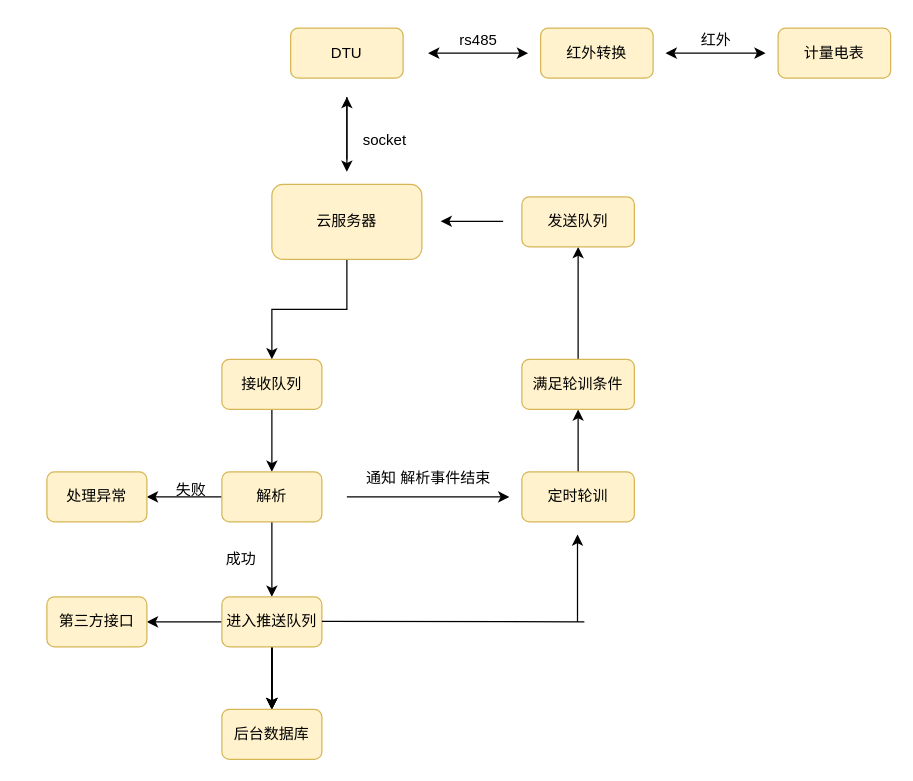
This is 未命名绘图.drawio from Neeeeeeeeeu/MyView, a draw.io file, before an edit. Source tidied: cells renumbered, new cells numbered last; positions are measured from the earlier drawing's top-left corner, leaving out a move shared by most shapes. Both pictures are drawn from the tidied source at 125%, with x=0, y=0 at pixel (46, 21).
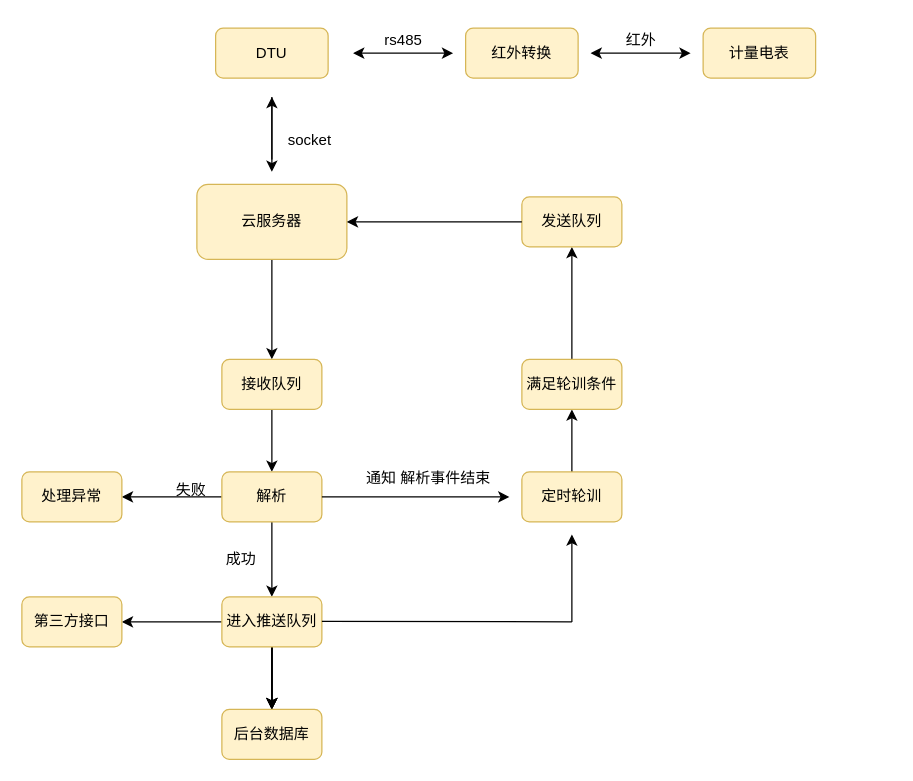
After the change.

Commit message (it also covers changes not shown here):
更新未命名绘图.drawio

Unchanged cells that the change refers to:
```xml
<mxCell id="18" value="解析" style="rounded=1;whiteSpace=wrap;html=1;fillColor=#fff2cc;strokeColor=#d6b656;" parent="1" vertex="1">
  <mxGeometry x="140" y="360" width="80" height="40" as="geometry" />
</mxCell>
```

Change to the diagram source:
```diff
@@
     <mxCell id="2" value="DTU" style="rounded=1;whiteSpace=wrap;html=1;fillColor=#fff2cc;strokeColor=#d6b656;" parent="1" vertex="1">
-      <mxGeometry x="195" y="5" width="90" height="40" as="geometry" />
+      <mxGeometry x="135" y="5" width="90" height="40" as="geometry" />
     </mxCell>
     <mxCell id="3" value="计量电表" style="rounded=1;whiteSpace=wrap;html=1;fillColor=#fff2cc;strokeColor=#d6b656;" parent="1" vertex="1">
-      <mxGeometry x="585" y="5" width="90" height="40" as="geometry" />
+      <mxGeometry x="525" y="5" width="90" height="40" as="geometry" />
     </mxCell>
     <mxCell id="4" value="红外转换" style="rounded=1;whiteSpace=wrap;html=1;fillColor=#fff2cc;strokeColor=#d6b656;" parent="1" vertex="1">
-      <mxGeometry x="395" y="5" width="90" height="40" as="geometry" />
+      <mxGeometry x="335" y="5" width="90" height="40" as="geometry" />
     </mxCell>
     <mxCell id="5" style="endArrow=classic;startArrow=classic;html=1;rounded=0;" parent="1" edge="1">
       <mxGeometry relative="1" as="geometry">
-        <mxPoint x="305" y="25" as="sourcePoint" />
-        <mxPoint x="385" y="25" as="targetPoint" />
+        <mxPoint x="245" y="25" as="sourcePoint" />
+        <mxPoint x="325" y="25" as="targetPoint" />
       </mxGeometry>
     </mxCell>
     <mxCell id="6" value="rs485" style="text;html=1;align=center;verticalAlign=middle;strokeColor=none;fillColor=none;" parent="1" vertex="1">
-      <mxGeometry x="315" width="60" height="30" as="geometry" />
+      <mxGeometry x="255" width="60" height="30" as="geometry" />
     </mxCell>
     <mxCell id="7" style="endArrow=classic;startArrow=classic;html=1;rounded=0;" parent="1" edge="1">
       <mxGeometry relative="1" as="geometry">
-        <mxPoint x="495" y="25" as="sourcePoint" />
-        <mxPoint x="575" y="25" as="targetPoint" />
+        <mxPoint x="435" y="25" as="sourcePoint" />
+        <mxPoint x="515" y="25" as="targetPoint" />
       </mxGeometry>
     </mxCell>
     <mxCell id="8" value="红外" style="text;html=1;align=center;verticalAlign=middle;strokeColor=none;fillColor=none;" parent="1" vertex="1">
-      <mxGeometry x="510" width="50" height="30" as="geometry" />
+      <mxGeometry x="450" width="50" height="30" as="geometry" />
     </mxCell>
@@
     <mxCell id="10" value="云服务器" style="rounded=1;whiteSpace=wrap;html=1;fillColor=#fff2cc;strokeColor=#d6b656;" parent="1" vertex="1">
-      <mxGeometry x="180" y="130" width="120" height="60" as="geometry" />
+      <mxGeometry x="120" y="130" width="120" height="60" as="geometry" />
     </mxCell>
     <mxCell id="11" style="endArrow=classic;html=1;rounded=0;" parent="1" edge="1">
       <mxGeometry relative="1" as="geometry">
-        <mxPoint x="240" y="60" as="sourcePoint" />
-        <mxPoint x="240" y="120" as="targetPoint" />
+        <mxPoint x="180" y="60" as="sourcePoint" />
+        <mxPoint x="180" y="120" as="targetPoint" />
       </mxGeometry>
     </mxCell>
@@
     <mxCell id="14" style="endArrow=classic;html=1;rounded=0;" parent="1" edge="1">
       <mxGeometry relative="1" as="geometry">
-        <mxPoint x="240" y="110" as="sourcePoint" />
-        <mxPoint x="240" y="60" as="targetPoint" />
+        <mxPoint x="180" y="110" as="sourcePoint" />
+        <mxPoint x="180" y="60" as="targetPoint" />
       </mxGeometry>
     </mxCell>
     <mxCell id="15" value="socket" style="text;html=1;align=center;verticalAlign=middle;strokeColor=none;fillColor=none;" parent="1" vertex="1">
-      <mxGeometry x="240" y="80" width="60" height="30" as="geometry" />
+      <mxGeometry x="180" y="80" width="60" height="30" as="geometry" />
     </mxCell>
@@
     <mxCell id="28" value="第三方接口" style="rounded=1;whiteSpace=wrap;html=1;fillColor=#fff2cc;strokeColor=#d6b656;" parent="1" vertex="1">
-      <mxGeometry y="460" width="80" height="40" as="geometry" />
+      <mxGeometry x="-20" y="460" width="80" height="40" as="geometry" />
     </mxCell>
     <mxCell id="29" style="edgeStyle=orthogonalEdgeStyle;rounded=0;jettySize=auto;html=1;" parent="1" edge="1" source="30" target="36">
-      <mxGeometry relative="1" as="geometry" />
+      <mxGeometry relative="1" as="geometry">
+        <Array as="points">
+          <mxPoint x="420" y="350" />
+          <mxPoint x="420" y="350" />
+        </Array>
+      </mxGeometry>
     </mxCell>
     <mxCell id="30" value="定时轮训" style="rounded=1;whiteSpace=wrap;html=1;fillColor=#fff2cc;strokeColor=#d6b656;" parent="1" vertex="1">
-      <mxGeometry x="380" y="360" width="90" height="40" as="geometry" />
+      <mxGeometry x="380" y="360" width="80" height="40" as="geometry" />
     </mxCell>
-    <mxCell id="31" style="endArrow=classic;html=1;rounded=0;" parent="1" edge="1">
+    <mxCell id="31" style="endArrow=classic;html=1;rounded=0;exitX=1;exitY=0.5;exitDx=0;exitDy=0;" parent="1" edge="1" source="18">
       <mxGeometry relative="1" as="geometry">
-        <mxPoint x="240" y="380" as="sourcePoint" />
         <mxPoint x="370" y="380" as="targetPoint" />
       </mxGeometry>
     </mxCell>
@@
     <mxCell id="33" style="endArrow=none;html=1;rounded=0;" parent="1" edge="1">
       <mxGeometry relative="1" as="geometry">
         <mxPoint x="220" y="479.5" as="sourcePoint" />
-        <mxPoint x="430" y="480" as="targetPoint" />
+        <mxPoint x="420" y="480" as="targetPoint" />
       </mxGeometry>
     </mxCell>
     <mxCell id="34" style="endArrow=classic;html=1;rounded=0;" parent="1" edge="1">
       <mxGeometry relative="1" as="geometry">
-        <mxPoint x="424.5" y="480" as="sourcePoint" />
-        <mxPoint x="424.5" y="410" as="targetPoint" />
+        <mxPoint x="420" y="480" as="sourcePoint" />
+        <mxPoint x="420" y="410" as="targetPoint" />
       </mxGeometry>
     </mxCell>
@@
     <mxCell id="36" value="满足轮训条件" style="rounded=1;whiteSpace=wrap;html=1;fillColor=#fff2cc;strokeColor=#d6b656;" parent="1" vertex="1">
-      <mxGeometry x="380" y="270" width="90" height="40" as="geometry" />
+      <mxGeometry x="380" y="270" width="80" height="40" as="geometry" />
     </mxCell>
     <mxCell id="37" value="发送队列" style="rounded=1;whiteSpace=wrap;html=1;fillColor=#fff2cc;strokeColor=#d6b656;" parent="1" vertex="1">
-      <mxGeometry x="380" y="140" width="90" height="40" as="geometry" />
+      <mxGeometry x="380" y="140" width="80" height="40" as="geometry" />
     </mxCell>
-    <mxCell id="38" style="endArrow=classic;html=1;rounded=0;" parent="1" edge="1">
-      <mxGeometry relative="1" as="geometry">
-        <mxPoint x="365" y="159.5" as="sourcePoint" />
-        <mxPoint x="315" y="159.5" as="targetPoint" />
-      </mxGeometry>
+    <mxCell id="38" style="endArrow=classic;html=1;rounded=0;exitX=0;exitY=0.5;exitDx=0;exitDy=0;entryX=1;entryY=0.5;entryDx=0;entryDy=0;" parent="1" edge="1" source="37" target="10">
+      <mxGeometry relative="1" as="geometry" />
     </mxCell>
     <mxCell id="39" value="处理异常" style="rounded=1;whiteSpace=wrap;html=1;fillColor=#fff2cc;strokeColor=#d6b656;" parent="1" vertex="1">
-      <mxGeometry y="360" width="80" height="40" as="geometry" />
+      <mxGeometry x="-20" y="360" width="80" height="40" as="geometry" />
     </mxCell>
```
